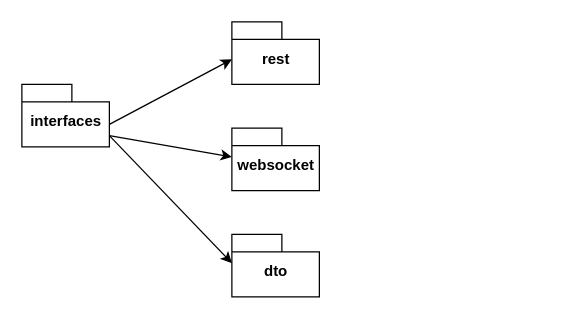
Earlier version of the draw.io diagram packageStructureInterfaces.drawio (fusionswap/graphs). Source tidied: cells renumbered, new cells numbered last; positions are measured from the earlier drawing's top-left corner, leaving out a move shared by most shapes. Both pictures are drawn from the tidied source at 125%, with x=0, y=0 at pixel (21, 21).
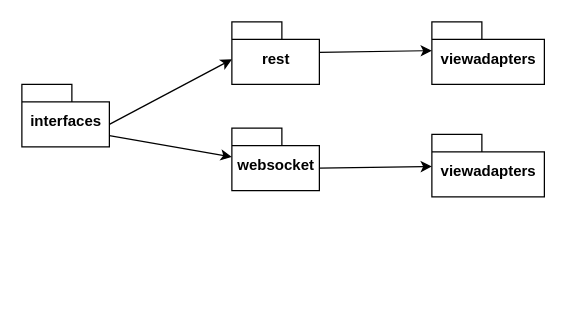
After the change.

The edit, as a diff of the source:
```diff
@@
 <mxGraphModel>
   <root>
     <mxCell id="0" />
     <mxCell id="1" parent="0" />
     <mxCell id="2" value="interfaces&lt;br&gt;" style="shape=folder;fontStyle=1;spacingTop=10;tabWidth=40;tabHeight=14;tabPosition=left;html=1;" parent="1" vertex="1">
       <mxGeometry y="50" width="70" height="50" as="geometry" />
     </mxCell>
     <mxCell id="3" style="endArrow=classic;html=1;exitX=0;exitY=0;exitDx=70;exitDy=32;exitPerimeter=0;" parent="1" edge="1" source="2">
       <mxGeometry relative="1" as="geometry">
         <mxPoint x="168" y="30" as="targetPoint" />
       </mxGeometry>
     </mxCell>
     <mxCell id="4" value="rest&lt;br&gt;" style="shape=folder;fontStyle=1;spacingTop=10;tabWidth=40;tabHeight=14;tabPosition=left;html=1;" parent="1" vertex="1">
       <mxGeometry x="168" width="70" height="50" as="geometry" />
     </mxCell>
     <mxCell id="5" value="websocket&lt;br&gt;" style="shape=folder;fontStyle=1;spacingTop=10;tabWidth=40;tabHeight=14;tabPosition=left;html=1;" parent="1" vertex="1">
       <mxGeometry x="168" y="85" width="70" height="50" as="geometry" />
     </mxCell>
     <mxCell id="6" style="endArrow=classic;html=1;exitX=0;exitY=0;exitDx=70;exitDy=41;exitPerimeter=0;entryX=0;entryY=0;entryDx=0;entryDy=23;entryPerimeter=0;" parent="1" edge="1" source="2" target="5">
       <mxGeometry relative="1" as="geometry" />
     </mxCell>
-    <mxCell id="7" value="dto&lt;br&gt;" style="shape=folder;fontStyle=1;spacingTop=10;tabWidth=40;tabHeight=14;tabPosition=left;html=1;" parent="1" vertex="1">
-      <mxGeometry x="168" y="170" width="70" height="50" as="geometry" />
+    <mxCell id="7" value="viewadapters&lt;br&gt;" style="shape=folder;fontStyle=1;spacingTop=10;tabWidth=40;tabHeight=14;tabPosition=left;html=1;" parent="1" vertex="1">
+      <mxGeometry x="328" width="90" height="50" as="geometry" />
     </mxCell>
-    <mxCell id="8" style="endArrow=classic;html=1;exitX=0;exitY=0;exitDx=70;exitDy=41;exitPerimeter=0;entryX=0;entryY=0;entryDx=0;entryDy=23;entryPerimeter=0;" parent="1" edge="1" source="2" target="7">
+    <mxCell id="8" style="endArrow=classic;html=1;entryX=0;entryY=0;entryDx=0;entryDy=23;entryPerimeter=0;" parent="1" edge="1" source="4" target="7">
       <mxGeometry relative="1" as="geometry" />
     </mxCell>
+    <mxCell id="9" value="viewadapters&lt;br&gt;" style="shape=folder;fontStyle=1;spacingTop=10;tabWidth=40;tabHeight=14;tabPosition=left;html=1;" parent="1" vertex="1">
+      <mxGeometry x="328" y="90" width="90" height="50" as="geometry" />
+    </mxCell>
+    <mxCell id="10" style="endArrow=classic;html=1;exitX=0;exitY=0;exitDx=70;exitDy=32;exitPerimeter=0;" parent="1" edge="1" source="5" target="9">
+      <mxGeometry relative="1" as="geometry" />
+    </mxCell>
   </root>
 </mxGraphModel>
```
